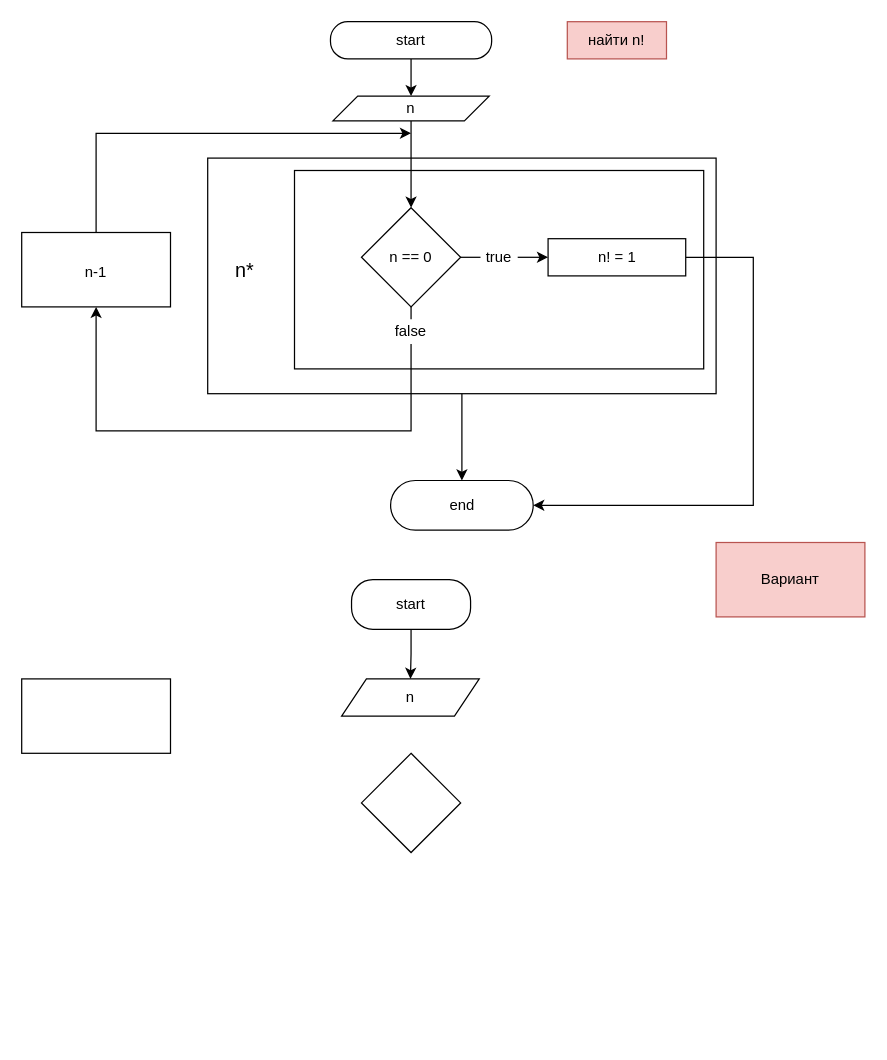
AlexeyDmitrich/hw_dev_base1 keeps this draw.io diagram as page "Страница 2" (2 of 2) of hw1_test2.drawio. Above is the earlier version. Source tidied: cells renumbered, new cells numbered last; positions are measured from the earlier drawing's top-left corner, leaving out a move shared by most shapes. Both pictures are drawn from the tidied source at 124%, with x=0, y=0 at pixel (21, 21).
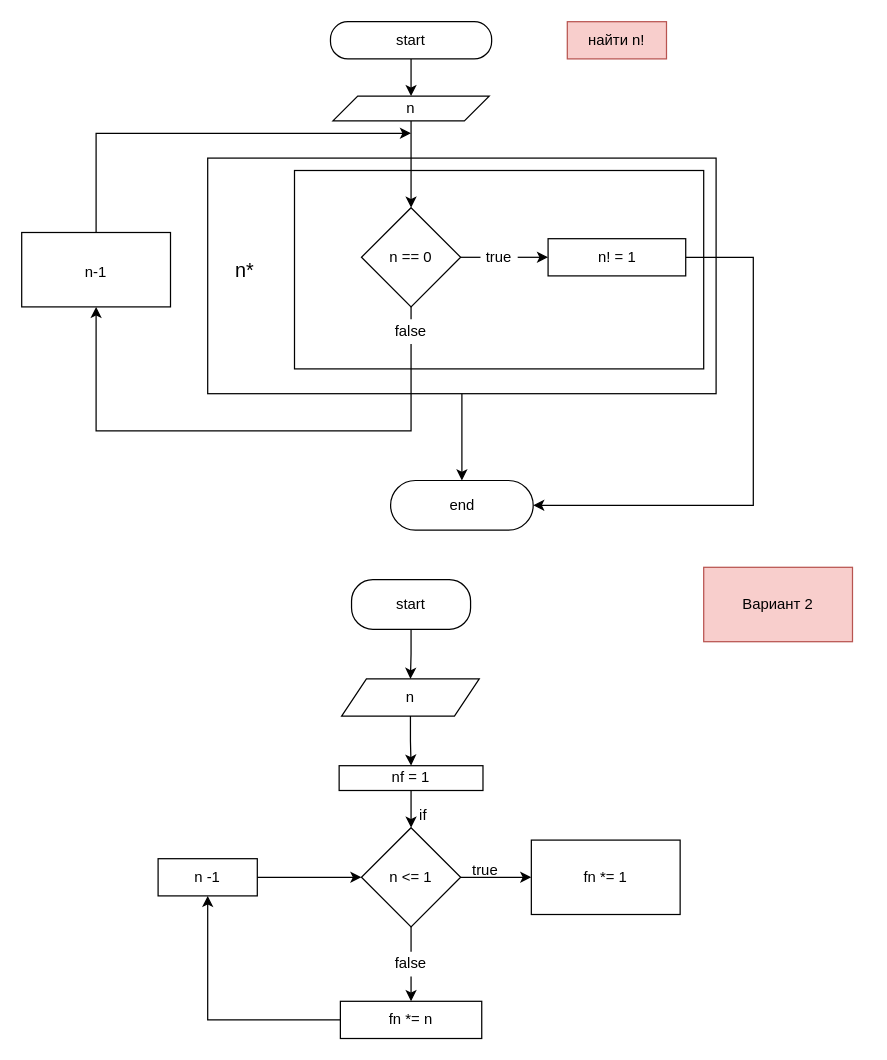
Above is the later version.

The change refers to these unchanged cells:
```xml
<mxCell id="27" value="n" style="shape=parallelogram;perimeter=parallelogramPerimeter;whiteSpace=wrap;html=1;fixedSize=1;fontSize=12;fillColor=none;" parent="1" vertex="1">
  <mxGeometry x="258" y="530" width="111" height="30" as="geometry" />
</mxCell>
```

The edit, as a diff of the source:
```diff
@@
-    <mxCell id="23" value="Вариант" style="rounded=0;whiteSpace=wrap;html=1;fontSize=12;fillColor=#f8cecc;strokeColor=#b85450;" parent="1" vertex="1">
-      <mxGeometry x="560" y="420" width="120" height="60" as="geometry" />
+    <mxCell id="23" value="Вариант 2" style="rounded=0;whiteSpace=wrap;html=1;fontSize=12;fillColor=#f8cecc;strokeColor=#b85450;" parent="1" vertex="1">
+      <mxGeometry x="550" y="440" width="120" height="60" as="geometry" />
     </mxCell>
@@
+    <mxCell id="29" style="edgeStyle=orthogonalEdgeStyle;rounded=0;jettySize=auto;html=1;exitX=0;exitY=0.5;exitDx=0;exitDy=0;fontSize=12;entryX=0.5;entryY=1;entryDx=0;entryDy=0;" parent="1" edge="1" source="26" target="37">
+      <mxGeometry relative="1" as="geometry" />
+    </mxCell>
-    <mxCell id="26" style="rounded=0;whiteSpace=wrap;html=1;fontSize=12;fillColor=none;" parent="1" vertex="1">
-      <mxGeometry y="530" width="120" height="60" as="geometry" />
+    <mxCell id="26" value="fn *= n" style="rounded=0;whiteSpace=wrap;html=1;fontSize=12;fillColor=none;" parent="1" vertex="1">
+      <mxGeometry x="257" y="790" width="114" height="30" as="geometry" />
     </mxCell>
+    <mxCell id="30" style="edgeStyle=orthogonalEdgeStyle;rounded=0;jettySize=auto;html=1;exitX=0.5;exitY=1;exitDx=0;exitDy=0;fontSize=12;entryX=0.5;entryY=0;entryDx=0;entryDy=0;" parent="1" edge="1" source="27" target="35">
+      <mxGeometry relative="1" as="geometry" />
+    </mxCell>
@@
+    <mxCell id="31" style="edgeStyle=orthogonalEdgeStyle;rounded=0;jettySize=auto;html=1;fontSize=12;" parent="1" edge="1" source="28" target="33">
+      <mxGeometry relative="1" as="geometry" />
+    </mxCell>
+    <mxCell id="32" style="edgeStyle=orthogonalEdgeStyle;rounded=0;jettySize=auto;html=1;exitX=0.5;exitY=1;exitDx=0;exitDy=0;entryX=0.5;entryY=0;entryDx=0;entryDy=0;fontSize=12;startArrow=none;" parent="1" edge="1" source="40" target="26">
+      <mxGeometry relative="1" as="geometry" />
+    </mxCell>
-    <mxCell id="28" style="rhombus;whiteSpace=wrap;html=1;fontSize=12;fillColor=none;" parent="1" vertex="1">
-      <mxGeometry x="274" y="590" width="80" height="80" as="geometry" />
+    <mxCell id="28" value="n &amp;lt;= 1" style="rhombus;whiteSpace=wrap;html=1;fontSize=12;fillColor=none;" parent="1" vertex="1">
+      <mxGeometry x="274" y="650" width="80" height="80" as="geometry" />
     </mxCell>
+    <mxCell id="33" value="fn *= 1" style="whiteSpace=wrap;html=1;fillColor=none;" parent="1" vertex="1">
+      <mxGeometry x="411" y="660" width="120" height="60" as="geometry" />
+    </mxCell>
+    <mxCell id="34" style="edgeStyle=orthogonalEdgeStyle;rounded=0;jettySize=auto;html=1;fontSize=12;" parent="1" edge="1" source="35" target="28">
+      <mxGeometry relative="1" as="geometry" />
+    </mxCell>
+    <mxCell id="35" value="nf = 1" style="rounded=0;whiteSpace=wrap;html=1;fontSize=12;fillColor=none;" parent="1" vertex="1">
+      <mxGeometry x="256" y="600" width="116" height="20" as="geometry" />
+    </mxCell>
+    <mxCell id="36" style="edgeStyle=orthogonalEdgeStyle;rounded=0;jettySize=auto;html=1;exitX=1;exitY=0.5;exitDx=0;exitDy=0;entryX=0;entryY=0.5;entryDx=0;entryDy=0;fontSize=12;" parent="1" edge="1" source="37" target="28">
+      <mxGeometry relative="1" as="geometry" />
+    </mxCell>
+    <mxCell id="37" value="n -1" style="rounded=0;whiteSpace=wrap;html=1;fontSize=12;fillColor=none;" parent="1" vertex="1">
+      <mxGeometry x="110" y="675" width="80" height="30" as="geometry" />
+    </mxCell>
+    <mxCell id="38" value="if" style="text;html=1;strokeColor=none;fillColor=none;align=center;verticalAlign=middle;whiteSpace=wrap;rounded=0;fontSize=12;" parent="1" vertex="1">
+      <mxGeometry x="304" y="630" width="40" height="20" as="geometry" />
+    </mxCell>
+    <mxCell id="39" value="true" style="text;html=1;strokeColor=none;fillColor=none;align=center;verticalAlign=middle;whiteSpace=wrap;rounded=0;fontSize=12;" parent="1" vertex="1">
+      <mxGeometry x="344" y="670" width="60" height="30" as="geometry" />
+    </mxCell>
+    <mxCell id="40" value="false" style="text;html=1;strokeColor=none;fillColor=none;align=center;verticalAlign=middle;whiteSpace=wrap;rounded=0;fontSize=12;" parent="1" vertex="1">
+      <mxGeometry x="291" y="750" width="46" height="20" as="geometry" />
+    </mxCell>
+    <mxCell id="41" style="edgeStyle=orthogonalEdgeStyle;rounded=0;jettySize=auto;html=1;exitX=0.5;exitY=1;exitDx=0;exitDy=0;entryX=0.5;entryY=0;entryDx=0;entryDy=0;fontSize=12;endArrow=none;" parent="1" edge="1" source="28" target="40">
+      <mxGeometry relative="1" as="geometry" />
+    </mxCell>
```
